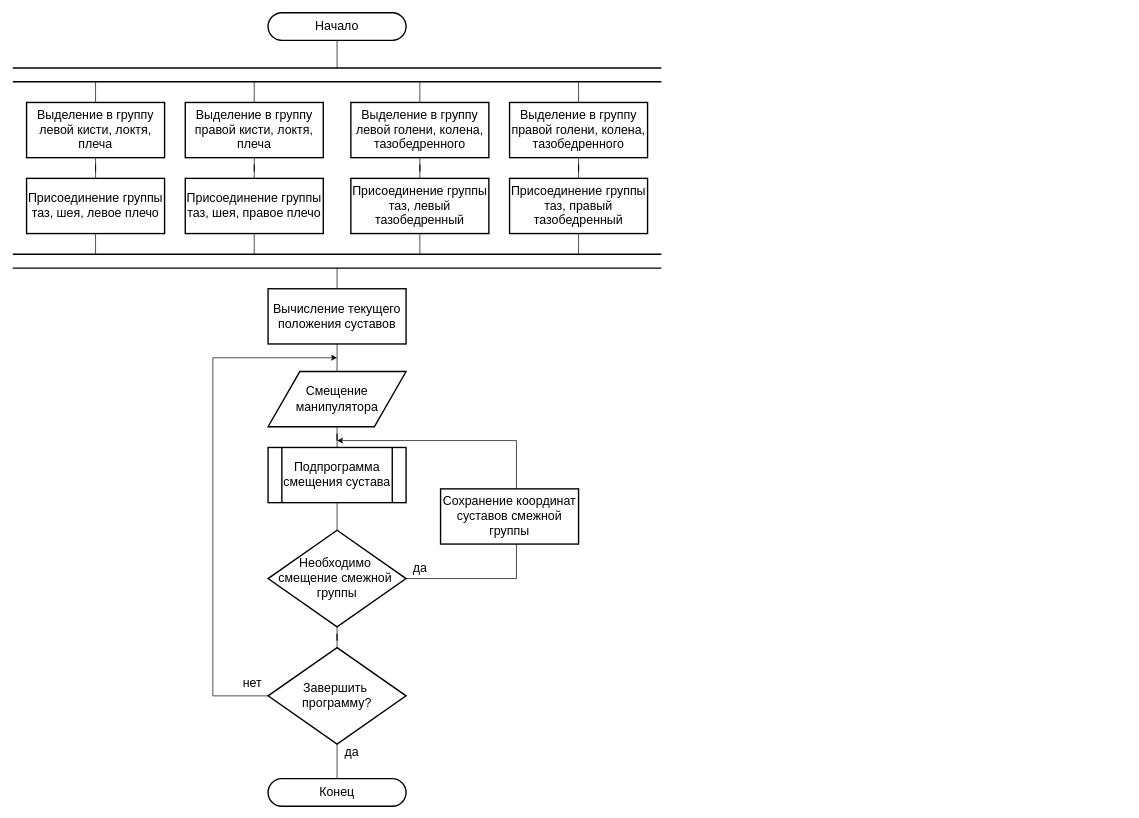
Earlier version of the draw.io diagram Диссертация/Смотр 2 курс 2 семестр/Доп материалы/Блок-схема.drawio (n7arti/MIET.Magistratura). Source tidied: cells renumbered, new cells numbered last; positions are measured from the earlier drawing's top-left corner, leaving out a move shared by most shapes. Both pictures are drawn from the tidied source at 69%, with x=0, y=0 at pixel (12, 12).
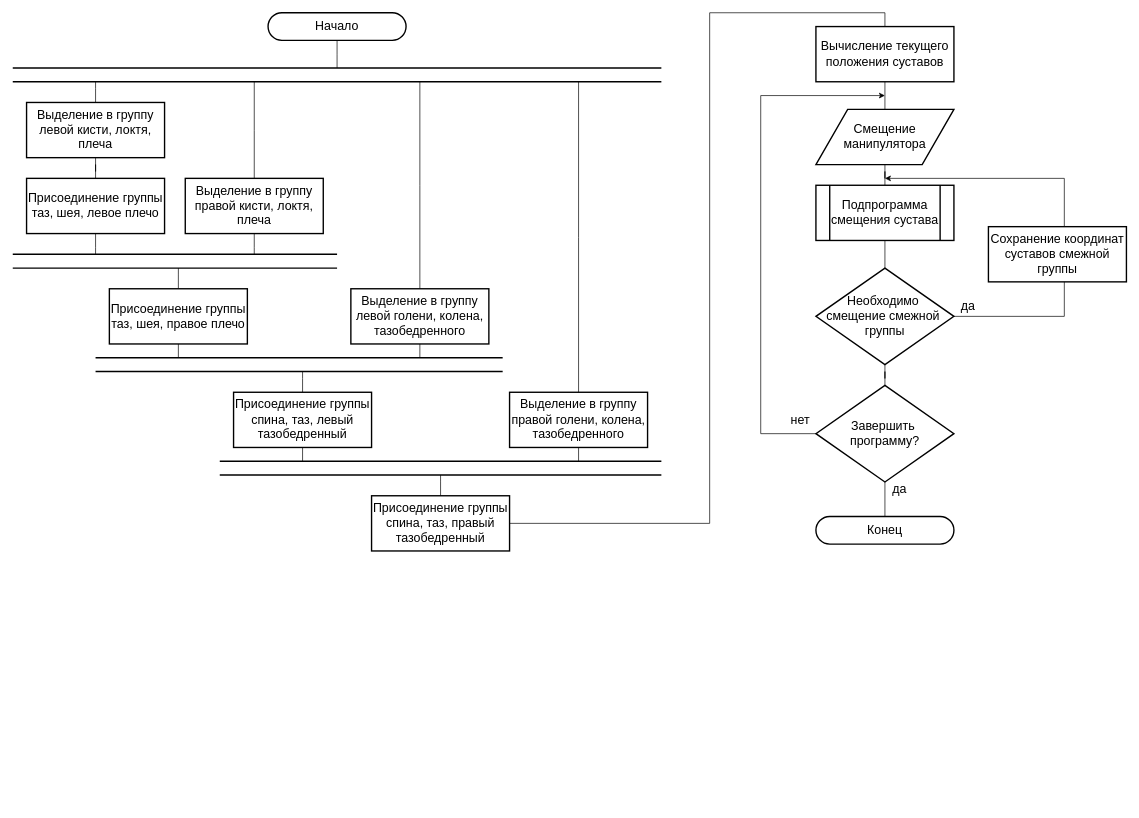
The same page after the edit.

The edit, as a diff of the source:
```diff
@@
-    <mxCell id="4" style="edgeStyle=orthogonalEdgeStyle;rounded=0;jettySize=auto;html=1;endArrow=none;endFill=0;" parent="1" edge="1" source="6" target="8">
+    <mxCell id="4" style="edgeStyle=orthogonalEdgeStyle;rounded=0;jettySize=auto;html=1;entryX=0.5;entryY=0;entryDx=0;entryDy=0;endArrow=none;startFill=0;" parent="1" edge="1" source="6" target="8">
       <mxGeometry relative="1" as="geometry" />
     </mxCell>
-    <mxCell id="5" style="edgeStyle=orthogonalEdgeStyle;rounded=0;jettySize=auto;html=1;endArrow=none;startFill=0;" parent="1" edge="1" source="6">
-      <mxGeometry relative="1" as="geometry">
-        <mxPoint x="470" y="370" as="targetPoint" />
-      </mxGeometry>
-    </mxCell>
     <mxCell id="6" value="&lt;font style=&quot;font-size: 18px;&quot;&gt;Вычисление текущего положения суставов&lt;/font&gt;" style="rounded=0;whiteSpace=wrap;html=1;absoluteArcSize=1;arcSize=14;strokeWidth=2;" parent="1" vertex="1">
-      <mxGeometry x="370" y="400" width="200" height="80" as="geometry" />
+      <mxGeometry x="1164" y="20" width="200" height="80" as="geometry" />
     </mxCell>
@@
     <mxCell id="8" value="&lt;span style=&quot;font-size: 18px;&quot;&gt;Смещение манипулятора&lt;/span&gt;" style="shape=parallelogram;html=1;strokeWidth=2;perimeter=parallelogramPerimeter;whiteSpace=wrap;rounded=0;arcSize=12;size=0.23;" parent="1" vertex="1">
-      <mxGeometry x="370" y="520" width="200" height="80" as="geometry" />
+      <mxGeometry x="1164" y="140" width="200" height="80" as="geometry" />
     </mxCell>
     <mxCell id="9" style="edgeStyle=orthogonalEdgeStyle;rounded=0;jettySize=auto;html=1;exitX=0;exitY=0.5;exitDx=0;exitDy=0;exitPerimeter=0;" parent="1" edge="1" source="13">
       <mxGeometry relative="1" as="geometry">
-        <mxPoint x="470" y="500" as="targetPoint" />
+        <mxPoint x="1264" y="120" as="targetPoint" />
         <Array as="points">
-          <mxPoint x="290" y="990" />
-          <mxPoint x="290" y="500" />
+          <mxPoint x="1084" y="610" />
+          <mxPoint x="1084" y="120" />
         </Array>
       </mxGeometry>
     </mxCell>
@@
     <mxCell id="13" value="&lt;div&gt;&lt;span style=&quot;font-size: 18px;&quot;&gt;Завершить&amp;nbsp;&lt;/span&gt;&lt;/div&gt;&lt;div&gt;&lt;span style=&quot;font-size: 18px;&quot;&gt;программу?&lt;/span&gt;&lt;/div&gt;" style="strokeWidth=2;html=1;shape=mxgraph.flowchart.decision;whiteSpace=wrap;" parent="1" vertex="1">
-      <mxGeometry x="370" y="920" width="200" height="140" as="geometry" />
+      <mxGeometry x="1164" y="540" width="200" height="140" as="geometry" />
     </mxCell>
     <mxCell id="14" value="&lt;span style=&quot;font-size: 18px;&quot;&gt;Конец&lt;/span&gt;" style="rounded=1;whiteSpace=wrap;html=1;absoluteArcSize=1;arcSize=72;strokeWidth=2;" parent="1" vertex="1">
-      <mxGeometry x="370" y="1110" width="200" height="40" as="geometry" />
+      <mxGeometry x="1164" y="730" width="200" height="40" as="geometry" />
     </mxCell>
@@
     <mxCell id="16" value="&lt;font style=&quot;font-size: 18px;&quot;&gt;Подпрограмма смещения сустава&lt;/font&gt;" style="shape=process;whiteSpace=wrap;html=1;backgroundOutline=1;strokeWidth=2;" parent="1" vertex="1">
-      <mxGeometry x="370" y="630" width="200" height="80" as="geometry" />
+      <mxGeometry x="1164" y="250" width="200" height="80" as="geometry" />
     </mxCell>
     <mxCell id="17" style="edgeStyle=orthogonalEdgeStyle;rounded=0;jettySize=auto;html=1;" parent="1" edge="1" source="19">
       <mxGeometry relative="1" as="geometry">
-        <mxPoint x="470" y="620" as="targetPoint" />
+        <mxPoint x="1264" y="240" as="targetPoint" />
         <Array as="points">
-          <mxPoint x="730" y="820" />
-          <mxPoint x="730" y="620" />
+          <mxPoint x="1524" y="440" />
+          <mxPoint x="1524" y="240" />
         </Array>
       </mxGeometry>
     </mxCell>
@@
     <mxCell id="19" value="&lt;div&gt;&lt;span style=&quot;font-size: 18px;&quot;&gt;Необходимо&amp;nbsp;&lt;/span&gt;&lt;/div&gt;&lt;div&gt;&lt;span style=&quot;font-size: 18px;&quot;&gt;смещение смежной&amp;nbsp;&lt;/span&gt;&lt;/div&gt;&lt;div&gt;&lt;span style=&quot;font-size: 18px;&quot;&gt;группы&lt;/span&gt;&lt;/div&gt;" style="strokeWidth=2;html=1;shape=mxgraph.flowchart.decision;whiteSpace=wrap;" parent="1" vertex="1">
-      <mxGeometry x="370" y="750" width="200" height="140" as="geometry" />
+      <mxGeometry x="1164" y="370" width="200" height="140" as="geometry" />
     </mxCell>
     <mxCell id="20" value="&lt;font style=&quot;font-size: 18px;&quot;&gt;да&lt;/font&gt;" style="text;html=1;align=center;verticalAlign=middle;strokeColor=none;fillColor=none;" parent="1" vertex="1">
-      <mxGeometry x="570" y="785" width="40" height="40" as="geometry" />
+      <mxGeometry x="1364" y="405" width="40" height="40" as="geometry" />
     </mxCell>
     <mxCell id="21" value="&lt;font style=&quot;font-size: 18px;&quot;&gt;Сохранение координат суставов смежной группы&lt;/font&gt;" style="rounded=0;whiteSpace=wrap;html=1;absoluteArcSize=1;arcSize=14;strokeWidth=2;" parent="1" vertex="1">
-      <mxGeometry x="620" y="690" width="200" height="80" as="geometry" />
+      <mxGeometry x="1414" y="310" width="200" height="80" as="geometry" />
     </mxCell>
@@
-    <mxCell id="28" style="edgeStyle=orthogonalEdgeStyle;rounded=0;jettySize=auto;html=1;entryX=0.5;entryY=0;entryDx=0;entryDy=0;endArrow=none;startFill=0;" parent="1" edge="1" source="29" target="39">
-      <mxGeometry relative="1" as="geometry" />
-    </mxCell>
+    <mxCell id="46" style="edgeStyle=orthogonalEdgeStyle;rounded=0;jettySize=auto;html=1;endArrow=none;startFill=0;" parent="1" edge="1" source="29">
+      <mxGeometry relative="1" as="geometry">
+        <mxPoint x="350" y="350" as="targetPoint" />
+      </mxGeometry>
+    </mxCell>
     <mxCell id="29" value="&lt;font style=&quot;font-size: 18px;&quot;&gt;Выделение в группу правой кисти, локтя, плеча&lt;/font&gt;" style="rounded=0;whiteSpace=wrap;html=1;absoluteArcSize=1;arcSize=14;strokeWidth=2;" parent="1" vertex="1">
-      <mxGeometry x="250" y="130" width="200" height="80" as="geometry" />
+      <mxGeometry x="250" y="240" width="200" height="80" as="geometry" />
     </mxCell>
@@
-    <mxCell id="31" style="edgeStyle=orthogonalEdgeStyle;rounded=0;jettySize=auto;html=1;entryX=0.5;entryY=0;entryDx=0;entryDy=0;endArrow=none;startFill=0;" parent="1" edge="1" source="32" target="41">
-      <mxGeometry relative="1" as="geometry" />
-    </mxCell>
+    <mxCell id="47" style="edgeStyle=orthogonalEdgeStyle;rounded=0;jettySize=auto;html=1;endArrow=none;startFill=0;" parent="1" edge="1" source="32">
+      <mxGeometry relative="1" as="geometry">
+        <mxPoint x="590" y="500" as="targetPoint" />
+      </mxGeometry>
+    </mxCell>
     <mxCell id="32" value="&lt;font style=&quot;font-size: 18px;&quot;&gt;Выделение в группу левой голени, колена, тазобедренного&lt;/font&gt;" style="rounded=0;whiteSpace=wrap;html=1;absoluteArcSize=1;arcSize=14;strokeWidth=2;" parent="1" vertex="1">
-      <mxGeometry x="490" y="130" width="200" height="80" as="geometry" />
+      <mxGeometry x="490" y="400" width="200" height="80" as="geometry" />
     </mxCell>
@@
-    <mxCell id="34" style="edgeStyle=orthogonalEdgeStyle;rounded=0;jettySize=auto;html=1;entryX=0.5;entryY=0;entryDx=0;entryDy=0;endArrow=none;startFill=0;" parent="1" edge="1" source="35" target="43">
-      <mxGeometry relative="1" as="geometry" />
-    </mxCell>
+    <mxCell id="48" style="edgeStyle=orthogonalEdgeStyle;rounded=0;jettySize=auto;html=1;endArrow=none;startFill=0;" parent="1" edge="1" source="35">
+      <mxGeometry relative="1" as="geometry">
+        <mxPoint x="820" y="650" as="targetPoint" />
+      </mxGeometry>
+    </mxCell>
     <mxCell id="35" value="&lt;font style=&quot;font-size: 18px;&quot;&gt;Выделение в группу правой голени, колена, тазобедренного&lt;/font&gt;" style="rounded=0;whiteSpace=wrap;html=1;absoluteArcSize=1;arcSize=14;strokeWidth=2;" parent="1" vertex="1">
-      <mxGeometry x="720" y="130" width="200" height="80" as="geometry" />
+      <mxGeometry x="720" y="550" width="200" height="80" as="geometry" />
     </mxCell>
@@
-    <mxCell id="38" style="edgeStyle=orthogonalEdgeStyle;rounded=0;jettySize=auto;html=1;endArrow=none;startFill=0;" parent="1" edge="1" source="39">
-      <mxGeometry relative="1" as="geometry">
-        <mxPoint x="350" y="350" as="targetPoint" />
-      </mxGeometry>
-    </mxCell>
+    <mxCell id="49" style="edgeStyle=orthogonalEdgeStyle;rounded=0;jettySize=auto;html=1;endArrow=none;startFill=0;" parent="1" edge="1" source="39">
+      <mxGeometry relative="1" as="geometry">
+        <mxPoint x="240" y="370" as="targetPoint" />
+      </mxGeometry>
+    </mxCell>
+    <mxCell id="50" style="edgeStyle=orthogonalEdgeStyle;rounded=0;jettySize=auto;html=1;endArrow=none;startFill=0;" parent="1" edge="1" source="39">
+      <mxGeometry relative="1" as="geometry">
+        <mxPoint x="240" y="500" as="targetPoint" />
+      </mxGeometry>
+    </mxCell>
     <mxCell id="39" value="&lt;font style=&quot;font-size: 18px;&quot;&gt;Присоединение группы таз, шея, правое плечо&lt;/font&gt;" style="rounded=0;whiteSpace=wrap;html=1;absoluteArcSize=1;arcSize=14;strokeWidth=2;" parent="1" vertex="1">
-      <mxGeometry x="250" y="240" width="200" height="80" as="geometry" />
+      <mxGeometry x="140" y="400" width="200" height="80" as="geometry" />
     </mxCell>
-    <mxCell id="40" style="edgeStyle=orthogonalEdgeStyle;rounded=0;jettySize=auto;html=1;endArrow=none;startFill=0;" parent="1" edge="1" source="41">
-      <mxGeometry relative="1" as="geometry">
-        <mxPoint x="590" y="350" as="targetPoint" />
-      </mxGeometry>
-    </mxCell>
+    <mxCell id="51" style="edgeStyle=orthogonalEdgeStyle;rounded=0;jettySize=auto;html=1;endArrow=none;startFill=0;" parent="1" edge="1" source="41">
+      <mxGeometry relative="1" as="geometry">
+        <mxPoint x="420" y="520" as="targetPoint" />
+      </mxGeometry>
+    </mxCell>
+    <mxCell id="52" style="edgeStyle=orthogonalEdgeStyle;rounded=0;jettySize=auto;html=1;endArrow=none;startFill=0;" parent="1" edge="1" source="41">
+      <mxGeometry relative="1" as="geometry">
+        <mxPoint x="420" y="650" as="targetPoint" />
+      </mxGeometry>
+    </mxCell>
-    <mxCell id="41" value="&lt;font style=&quot;font-size: 18px;&quot;&gt;Присоединение группы таз, левый тазобедренный&lt;/font&gt;" style="rounded=0;whiteSpace=wrap;html=1;absoluteArcSize=1;arcSize=14;strokeWidth=2;" parent="1" vertex="1">
-      <mxGeometry x="490" y="240" width="200" height="80" as="geometry" />
+    <mxCell id="41" value="&lt;font style=&quot;font-size: 18px;&quot;&gt;Присоединение группы спина, таз, левый тазобедренный&lt;/font&gt;" style="rounded=0;whiteSpace=wrap;html=1;absoluteArcSize=1;arcSize=14;strokeWidth=2;" parent="1" vertex="1">
+      <mxGeometry x="320" y="550" width="200" height="80" as="geometry" />
     </mxCell>
-    <mxCell id="42" style="edgeStyle=orthogonalEdgeStyle;rounded=0;jettySize=auto;html=1;endArrow=none;startFill=0;" parent="1" edge="1" source="43">
-      <mxGeometry relative="1" as="geometry">
-        <mxPoint x="820" y="350" as="targetPoint" />
-      </mxGeometry>
-    </mxCell>
+    <mxCell id="53" style="edgeStyle=orthogonalEdgeStyle;rounded=0;jettySize=auto;html=1;endArrow=none;startFill=0;" parent="1" edge="1" source="43">
+      <mxGeometry relative="1" as="geometry">
+        <mxPoint x="620" y="670" as="targetPoint" />
+      </mxGeometry>
+    </mxCell>
+    <mxCell id="54" style="edgeStyle=orthogonalEdgeStyle;rounded=0;jettySize=auto;html=1;entryX=0.5;entryY=0;entryDx=0;entryDy=0;endArrow=none;startFill=0;" parent="1" edge="1" source="43" target="6">
+      <mxGeometry relative="1" as="geometry">
+        <Array as="points">
+          <mxPoint x="1010" y="740" />
+          <mxPoint x="1010" />
+          <mxPoint x="1264" />
+        </Array>
+      </mxGeometry>
+    </mxCell>
-    <mxCell id="43" value="&lt;font style=&quot;font-size: 18px;&quot;&gt;Присоединение группы таз, правый тазобедренный&lt;/font&gt;" style="rounded=0;whiteSpace=wrap;html=1;absoluteArcSize=1;arcSize=14;strokeWidth=2;" parent="1" vertex="1">
-      <mxGeometry x="720" y="240" width="200" height="80" as="geometry" />
+    <mxCell id="43" value="&lt;font style=&quot;font-size: 18px;&quot;&gt;Присоединение группы спина, таз, правый тазобедренный&lt;/font&gt;" style="rounded=0;whiteSpace=wrap;html=1;absoluteArcSize=1;arcSize=14;strokeWidth=2;" parent="1" vertex="1">
+      <mxGeometry x="520" y="700" width="200" height="80" as="geometry" />
     </mxCell>
     <mxCell id="44" style="endArrow=none;html=1;rounded=0;strokeWidth=2;" parent="1" edge="1">
       <mxGeometry relative="1" as="geometry">
         <mxPoint y="350" as="sourcePoint" />
-        <mxPoint x="940" y="350" as="targetPoint" />
+        <mxPoint x="470" y="350" as="targetPoint" />
       </mxGeometry>
     </mxCell>
     <mxCell id="45" style="endArrow=none;html=1;rounded=0;strokeWidth=2;" parent="1" edge="1">
       <mxGeometry relative="1" as="geometry">
         <mxPoint y="370" as="sourcePoint" />
-        <mxPoint x="940" y="370" as="targetPoint" />
+        <mxPoint x="470" y="370" as="targetPoint" />
       </mxGeometry>
     </mxCell>
+    <mxCell id="55" style="endArrow=none;html=1;rounded=0;strokeWidth=2;" parent="1" edge="1">
+      <mxGeometry relative="1" as="geometry">
+        <mxPoint x="120" y="500" as="sourcePoint" />
+        <mxPoint x="710" y="500" as="targetPoint" />
+      </mxGeometry>
+    </mxCell>
+    <mxCell id="56" style="endArrow=none;html=1;rounded=0;strokeWidth=2;" parent="1" edge="1">
+      <mxGeometry relative="1" as="geometry">
+        <mxPoint x="120" y="520" as="sourcePoint" />
+        <mxPoint x="710" y="520" as="targetPoint" />
+      </mxGeometry>
+    </mxCell>
+    <mxCell id="57" style="endArrow=none;html=1;rounded=0;strokeWidth=2;" parent="1" edge="1">
+      <mxGeometry relative="1" as="geometry">
+        <mxPoint x="300" y="650" as="sourcePoint" />
+        <mxPoint x="940" y="650" as="targetPoint" />
+      </mxGeometry>
+    </mxCell>
+    <mxCell id="58" style="endArrow=none;html=1;rounded=0;strokeWidth=2;" parent="1" edge="1">
+      <mxGeometry relative="1" as="geometry">
+        <mxPoint x="300" y="670" as="sourcePoint" />
+        <mxPoint x="940" y="670" as="targetPoint" />
+      </mxGeometry>
+    </mxCell>
```
